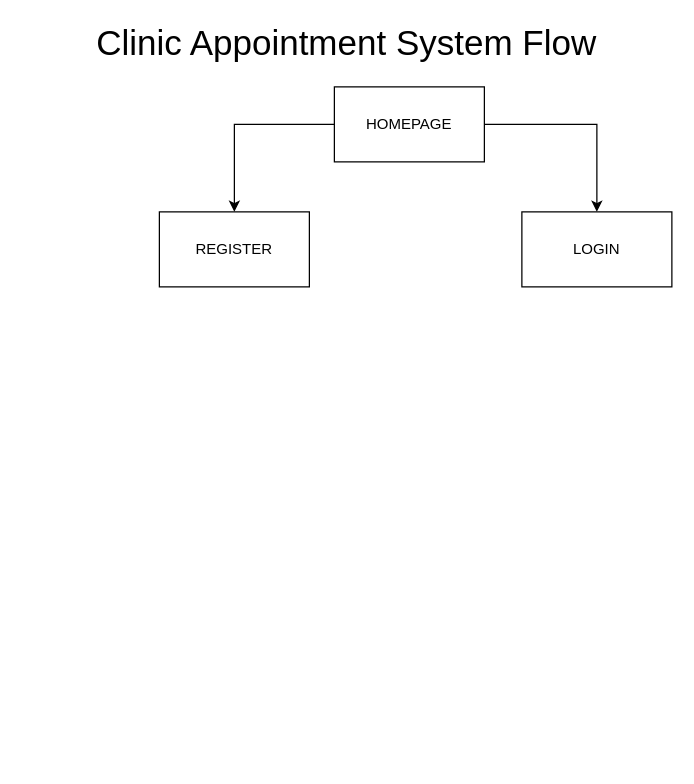
Before: clinicAppointment.drawio in jolorambongga/clinic-appointment, a draw.io diagram. Source tidied: cells renumbered, new cells numbered last; positions are measured from the earlier drawing's top-left corner, leaving out a move shared by most shapes. Both pictures are drawn from the tidied source at 125%, with x=0, y=0 at pixel (59, 24).
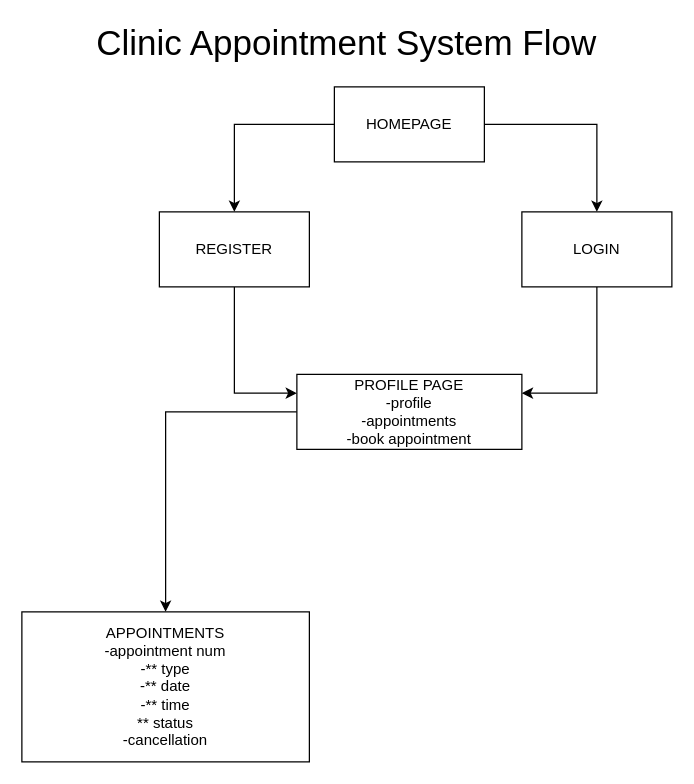
The same page after the edit.

The edit, as a diff of the source:
```diff
@@
 <mxGraphModel>
   <root>
     <mxCell id="0" />
     <mxCell id="1" parent="0" />
     <mxCell id="2" style="edgeStyle=orthogonalEdgeStyle;rounded=0;jettySize=auto;html=1;entryX=0.5;entryY=0;entryDx=0;entryDy=0;" parent="1" edge="1" source="4" target="6">
       <mxGeometry relative="1" as="geometry" />
     </mxCell>
     <mxCell id="3" style="edgeStyle=orthogonalEdgeStyle;rounded=0;jettySize=auto;html=1;entryX=0.5;entryY=0;entryDx=0;entryDy=0;" parent="1" edge="1" source="4" target="7">
       <mxGeometry relative="1" as="geometry" />
     </mxCell>
     <mxCell id="4" value="HOMEPAGE" style="rounded=0;whiteSpace=wrap;html=1;" parent="1" vertex="1">
       <mxGeometry x="220" y="50" width="120" height="60" as="geometry" />
     </mxCell>
     <mxCell id="5" value="Clinic Appointment System Flow" style="text;html=1;align=center;verticalAlign=middle;whiteSpace=wrap;rounded=0;fontStyle=0;fontFamily=Helvetica;fontSize=28;" parent="1" vertex="1">
       <mxGeometry width="460" height="30" as="geometry" />
     </mxCell>
+    <mxCell id="8" style="edgeStyle=orthogonalEdgeStyle;rounded=0;jettySize=auto;html=1;entryX=0;entryY=0.25;entryDx=0;entryDy=0;exitX=0.5;exitY=1;exitDx=0;exitDy=0;" parent="1" edge="1" source="6" target="11">
+      <mxGeometry relative="1" as="geometry" />
+    </mxCell>
     <mxCell id="6" value="REGISTER" style="rounded=0;whiteSpace=wrap;html=1;" parent="1" vertex="1">
       <mxGeometry x="80" y="150" width="120" height="60" as="geometry" />
     </mxCell>
+    <mxCell id="9" style="edgeStyle=orthogonalEdgeStyle;rounded=0;jettySize=auto;html=1;entryX=1;entryY=0.25;entryDx=0;entryDy=0;exitX=0.5;exitY=1;exitDx=0;exitDy=0;" parent="1" edge="1" source="7" target="11">
+      <mxGeometry relative="1" as="geometry" />
+    </mxCell>
     <mxCell id="7" value="LOGIN" style="rounded=0;whiteSpace=wrap;html=1;" parent="1" vertex="1">
       <mxGeometry x="370" y="150" width="120" height="60" as="geometry" />
     </mxCell>
+    <mxCell id="10" style="edgeStyle=orthogonalEdgeStyle;rounded=0;jettySize=auto;html=1;entryX=0.5;entryY=0;entryDx=0;entryDy=0;exitX=0;exitY=0.5;exitDx=0;exitDy=0;" parent="1" edge="1" source="11" target="12">
+      <mxGeometry relative="1" as="geometry" />
+    </mxCell>
+    <mxCell id="11" value="PROFILE PAGE&lt;div&gt;-profile&lt;br&gt;&lt;div&gt;-appointments&lt;/div&gt;&lt;div&gt;-book appointment&lt;/div&gt;&lt;/div&gt;" style="rounded=0;whiteSpace=wrap;html=1;" parent="1" vertex="1">
+      <mxGeometry x="190" y="280" width="180" height="60" as="geometry" />
+    </mxCell>
+    <mxCell id="12" value="APPOINTMENTS&lt;div&gt;-appointment num&lt;/div&gt;&lt;div&gt;-** type&lt;/div&gt;&lt;div&gt;-** date&lt;/div&gt;&lt;div&gt;-** time&lt;/div&gt;&lt;div&gt;** status&lt;/div&gt;&lt;div&gt;-cancellation&lt;/div&gt;" style="rounded=0;whiteSpace=wrap;html=1;" parent="1" vertex="1">
+      <mxGeometry x="-30" y="470" width="230" height="120" as="geometry" />
+    </mxCell>
   </root>
 </mxGraphModel>
```
